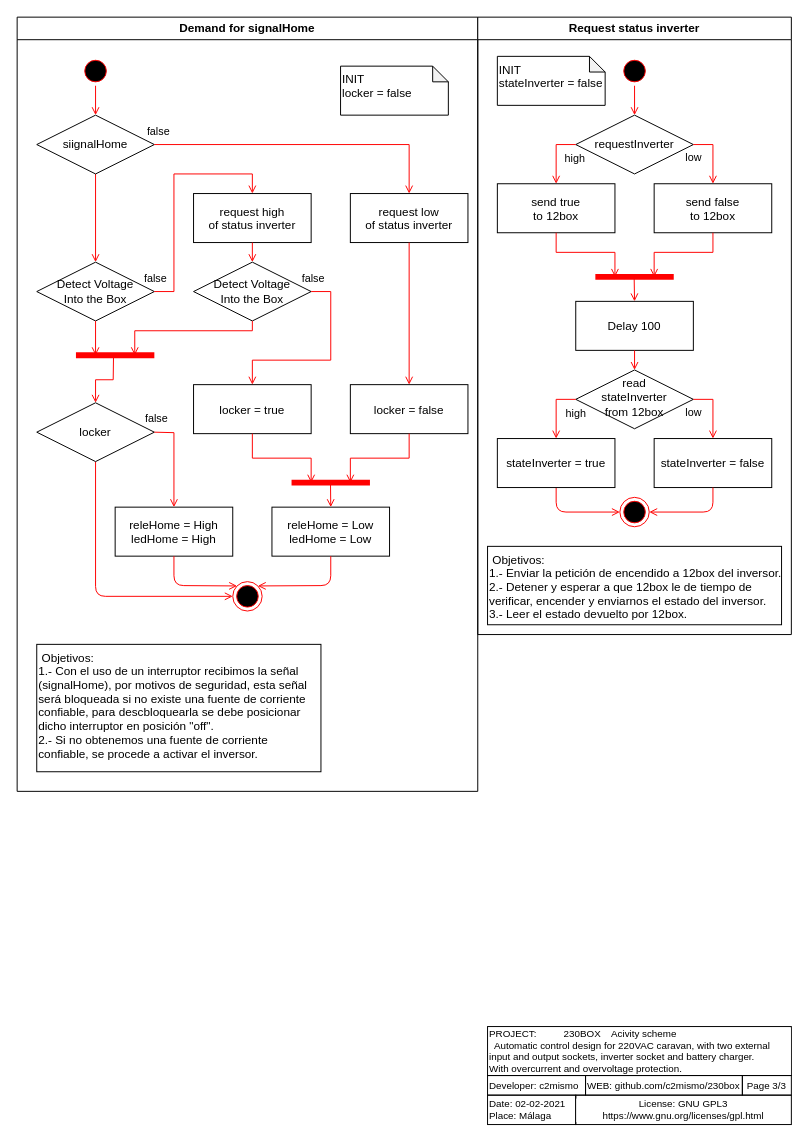
Before: page "Página-3" (3 of 3) of documents/ActivityScheme/ActivityScheme.drawio in bambera/230box, a draw.io diagram. Source tidied: cells renumbered, new cells numbered last; positions are measured from the earlier drawing's top-left corner, leaving out a move shared by most shapes. Both pictures are drawn from the tidied source at 98%, with x=0, y=0 at pixel (17, 17).
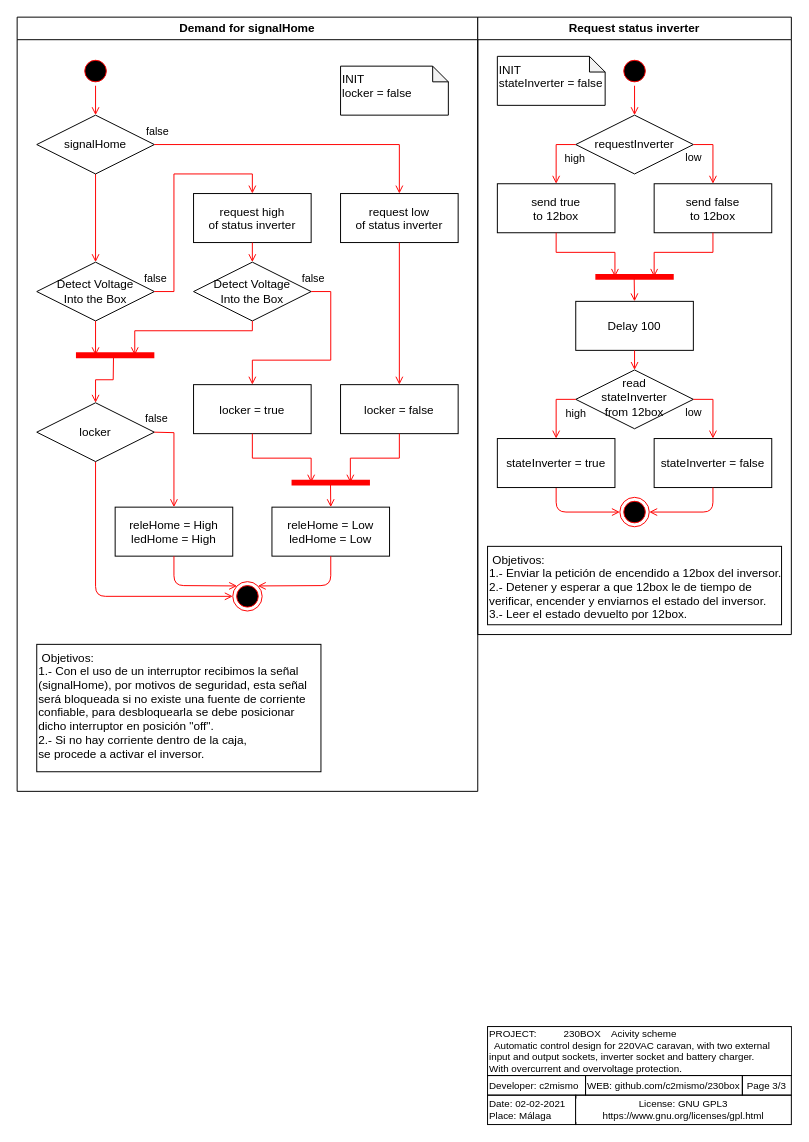
The same page after the edit.

The change refers to these unchanged cells:
```xml
<mxCell id="2" value="Demand for signalHome" style="swimlane;whiteSpace=wrap;fontColor=#000000;strokeColor=#000000;fillColor=#FFFFFF;" parent="1" vertex="1">
  <mxGeometry width="470" height="790" as="geometry" />
</mxCell>
<mxCell id="18" style="shape=line;html=1;strokeWidth=6;strokeColor=#ff0000;fillColor=#FFFFFF;fontColor=#000000;" parent="2" vertex="1">
  <mxGeometry x="280" y="470" width="80" height="10" as="geometry" />
</mxCell>
```

Change to the diagram source:
```diff
@@
-    <mxCell id="8" value="siignalHome" style="rhombus;whiteSpace=wrap;html=1;strokeColor=#000000;fillColor=#FFFFFF;fontColor=#000000;" parent="2" vertex="1">
+    <mxCell id="8" value="signalHome" style="rhombus;whiteSpace=wrap;html=1;strokeColor=#000000;fillColor=#FFFFFF;fontColor=#000000;" parent="2" vertex="1">
       <mxGeometry x="20" y="100" width="120" height="60" as="geometry" />
     </mxCell>
@@
     <mxCell id="12" value="request low&#10;of status inverter" style="strokeColor=#000000;fillColor=#FFFFFF;fontColor=#000000;" parent="2" vertex="1">
-      <mxGeometry x="340" y="180" width="120" height="50" as="geometry" />
+      <mxGeometry x="330" y="180" width="120" height="50" as="geometry" />
     </mxCell>
@@
     <mxCell id="16" value="locker = false" style="strokeColor=#000000;fillColor=#FFFFFF;fontColor=#000000;" parent="2" vertex="1">
-      <mxGeometry x="340" y="375" width="120" height="50" as="geometry" />
+      <mxGeometry x="330" y="375" width="120" height="50" as="geometry" />
     </mxCell>
@@
-    <mxCell id="19" value=" Objetivos:&#10;1.- Con el uso de un interruptor recibimos la señal&#10;(signalHome), por motivos de seguridad, esta señal&#10;será bloqueada si no existe una fuente de corriente &#10;confiable, para descbloquearla se debe posicionar &#10;dicho interruptor en posición &quot;off&quot;.&#10;2.- Si no obtenemos una fuente de corriente &#10;confiable, se procede a activar el inversor." style="strokeColor=#000000;fillColor=#FFFFFF;fontColor=#000000;align=left;verticalAlign=top;" parent="2" vertex="1">
+    <mxCell id="19" value=" Objetivos:&#10;1.- Con el uso de un interruptor recibimos la señal&#10;(signalHome), por motivos de seguridad, esta señal&#10;será bloqueada si no existe una fuente de corriente &#10;confiable, para desbloquearla se debe posicionar &#10;dicho interruptor en posición &quot;off&quot;.&#10;2.- Si no hay corriente dentro de la caja,&#10;se procede a activar el inversor." style="strokeColor=#000000;fillColor=#FFFFFF;fontColor=#000000;align=left;verticalAlign=top;" parent="2" vertex="1">
       <mxGeometry x="20" y="640" width="290" height="130" as="geometry" />
     </mxCell>
     <mxCell id="20" style="endArrow=open;strokeColor=#FF0000;endFill=1;rounded=0;exitX=1;exitY=0.5;exitDx=0;exitDy=0;entryX=0.5;entryY=0;entryDx=0;entryDy=0;" parent="2" edge="1" source="8" target="12">
       <mxGeometry relative="1" as="geometry">
         <Array as="points">
-          <mxPoint x="400" y="130" />
+          <mxPoint x="390" y="130" />
         </Array>
       </mxGeometry>
     </mxCell>
@@
     <mxCell id="35" style="endArrow=open;strokeColor=#FF0000;endFill=1;rounded=0;entryX=0.75;entryY=0.5;entryDx=0;entryDy=0;exitX=0.5;exitY=1;exitDx=0;exitDy=0;entryPerimeter=0;" parent="2" edge="1" source="16" target="18">
       <mxGeometry relative="1" as="geometry">
         <Array as="points">
-          <mxPoint x="400" y="450" />
+          <mxPoint x="390" y="450" />
           <mxPoint x="340" y="450" />
         </Array>
       </mxGeometry>
     </mxCell>
```
